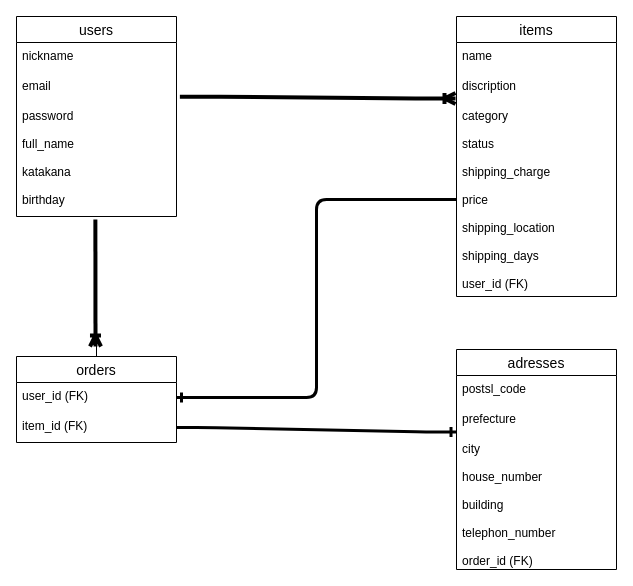
Above: .dio in ko1219/furima-34865 (draw.io), before the change. Source tidied: cells renumbered, new cells numbered last; positions are measured from the earlier drawing's top-left corner, leaving out a move shared by most shapes. Both pictures are drawn from the tidied source at 100%, with x=0, y=0 at pixel (16, 16).
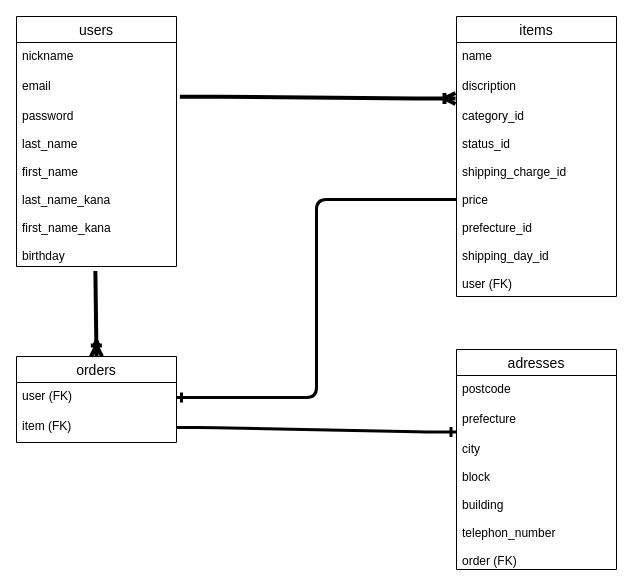
Above is the later version.

Commit message (it also covers changes not shown here):
readme・ER図の修正

Unchanged cells that the change refers to:
```xml
<mxCell id="6" value="items" style="swimlane;fontStyle=0;horizontal=1;startSize=26;align=center;fontSize=14;" parent="1" vertex="1">
  <mxGeometry x="440" width="160" height="280" as="geometry" />
</mxCell>
<mxCell id="11" value="orders" style="swimlane;fontStyle=0;horizontal=1;startSize=26;align=center;fontSize=14;" parent="1" vertex="1">
  <mxGeometry y="340" width="160" height="86" as="geometry" />
</mxCell>
<mxCell id="14" value="adresses" style="swimlane;fontStyle=0;horizontal=1;startSize=26;align=center;fontSize=14;" parent="1" vertex="1">
  <mxGeometry x="440" y="333" width="160" height="220" as="geometry" />
</mxCell>
```

Diff of the diagram source:
```diff
@@
     <mxCell id="2" value="users" style="swimlane;fontStyle=0;horizontal=1;startSize=26;align=center;fontSize=14;" parent="1" vertex="1">
-      <mxGeometry width="160" height="200" as="geometry" />
+      <mxGeometry width="160" height="250" as="geometry" />
     </mxCell>
@@
-    <mxCell id="5" value="password&#10;&#10;full_name&#10;&#10;katakana&#10;&#10;birthday" style="text;strokeColor=none;fillColor=none;spacingLeft=4;spacingRight=4;overflow=hidden;points=[[0,0.5],[1,0.5]];portConstraint=eastwest;fontSize=12;" parent="2" vertex="1">
-      <mxGeometry y="86" width="160" height="114" as="geometry" />
+    <mxCell id="5" value="password&#10;&#10;last_name&#10;&#10;first_name&#10;&#10;last_name_kana&#10;&#10;first_name_kana&#10;&#10;birthday" style="text;strokeColor=none;fillColor=none;spacingLeft=4;spacingRight=4;overflow=hidden;points=[[0,0.5],[1,0.5]];portConstraint=eastwest;fontSize=12;" parent="2" vertex="1">
+      <mxGeometry y="86" width="160" height="164" as="geometry" />
     </mxCell>
@@
-    <mxCell id="9" value="category&#10;&#10;status&#10;&#10;shipping_charge&#10;&#10;price&#10;&#10;shipping_location&#10;&#10;shipping_days&#10;&#10;user_id (FK)&#10;&#10;" style="text;strokeColor=none;fillColor=none;spacingLeft=4;spacingRight=4;overflow=hidden;points=[[0,0.5],[1,0.5]];portConstraint=eastwest;fontSize=12;" parent="6" vertex="1">
+    <mxCell id="9" value="category_id&#10;&#10;status_id&#10;&#10;shipping_charge_id&#10;&#10;price&#10;&#10;prefecture_id&#10;&#10;shipping_day_id&#10;&#10;user (FK)&#10;&#10;" style="text;strokeColor=none;fillColor=none;spacingLeft=4;spacingRight=4;overflow=hidden;points=[[0,0.5],[1,0.5]];portConstraint=eastwest;fontSize=12;" parent="6" vertex="1">
       <mxGeometry y="86" width="160" height="194" as="geometry" />
     </mxCell>
@@
-    <mxCell id="12" value="user_id (FK)" style="text;strokeColor=none;fillColor=none;spacingLeft=4;spacingRight=4;overflow=hidden;points=[[0,0.5],[1,0.5]];portConstraint=eastwest;fontSize=12;" parent="11" vertex="1">
+    <mxCell id="12" value="user (FK)" style="text;strokeColor=none;fillColor=none;spacingLeft=4;spacingRight=4;overflow=hidden;points=[[0,0.5],[1,0.5]];portConstraint=eastwest;fontSize=12;" parent="11" vertex="1">
       <mxGeometry y="26" width="160" height="30" as="geometry" />
     </mxCell>
-    <mxCell id="13" value="item_id (FK)" style="text;strokeColor=none;fillColor=none;spacingLeft=4;spacingRight=4;overflow=hidden;points=[[0,0.5],[1,0.5]];portConstraint=eastwest;fontSize=12;" parent="11" vertex="1">
+    <mxCell id="13" value="item (FK)" style="text;strokeColor=none;fillColor=none;spacingLeft=4;spacingRight=4;overflow=hidden;points=[[0,0.5],[1,0.5]];portConstraint=eastwest;fontSize=12;" parent="11" vertex="1">
       <mxGeometry y="56" width="160" height="30" as="geometry" />
     </mxCell>
@@
-    <mxCell id="15" value="postsl_code" style="text;strokeColor=none;fillColor=none;spacingLeft=4;spacingRight=4;overflow=hidden;fontSize=12;" parent="14" vertex="1">
+    <mxCell id="15" value="postcode" style="text;strokeColor=none;fillColor=none;spacingLeft=4;spacingRight=4;overflow=hidden;fontSize=12;" parent="14" vertex="1">
       <mxGeometry y="26" width="160" height="30" as="geometry" />
     </mxCell>
@@
-    <mxCell id="17" value="city&#10;&#10;house_number&#10;&#10;building&#10;&#10;telephon_number&#10;&#10;order_id (FK)" style="text;strokeColor=none;fillColor=none;spacingLeft=4;spacingRight=4;overflow=hidden;fontSize=12;" parent="14" vertex="1">
+    <mxCell id="17" value="city&#10;&#10;block&#10;&#10;building&#10;&#10;telephon_number&#10;&#10;order (FK)" style="text;strokeColor=none;fillColor=none;spacingLeft=4;spacingRight=4;overflow=hidden;fontSize=12;" parent="14" vertex="1">
       <mxGeometry y="86" width="160" height="134" as="geometry" />
     </mxCell>
@@
-    <mxCell id="21" style="fontSize=12;html=1;endArrow=ERoneToMany;exitX=0.493;exitY=1.027;exitDx=0;exitDy=0;exitPerimeter=0;endFill=0;strokeWidth=4;" parent="1" edge="1" source="5">
-      <mxGeometry relative="1" as="geometry">
-        <mxPoint x="79" y="330" as="targetPoint" />
-      </mxGeometry>
+    <mxCell id="21" style="fontSize=12;html=1;endArrow=ERoneToMany;exitX=0.493;exitY=1.027;exitDx=0;exitDy=0;exitPerimeter=0;endFill=0;strokeWidth=4;entryX=0.5;entryY=0;entryDx=0;entryDy=0;" parent="1" edge="1" source="5" target="11">
+      <mxGeometry relative="1" as="geometry" />
     </mxCell>
```
